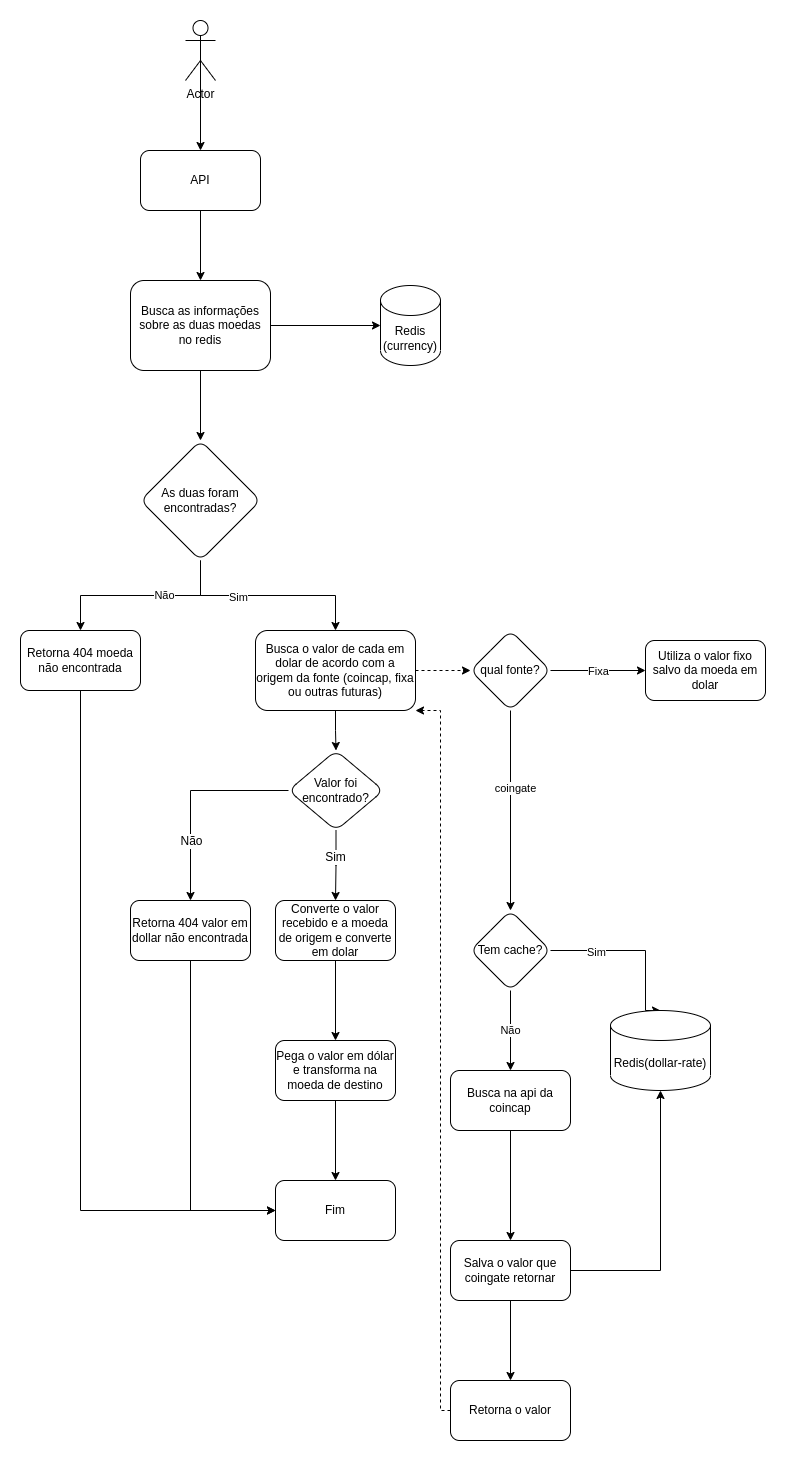
Before: Docs/Images/Conversion-flow.png, a diagram exported from draw.io (hurbcom/challenge-bravo). Source tidied: cells renumbered, new cells last; positions are measured from the earlier drawing's top-left corner, leaving out a move shared by most shapes. Source of this version:
```xml
<mxGraphModel>
  <root>
    <mxCell id="0" />
    <mxCell id="1" parent="0" />
    <mxCell id="2" style="edgeStyle=orthogonalEdgeStyle;rounded=0;jettySize=auto;html=1;exitX=0.5;exitY=0.5;exitDx=0;exitDy=0;exitPerimeter=0;" parent="1" edge="1" source="3" target="5">
      <mxGeometry relative="1" as="geometry" />
    </mxCell>
    <mxCell id="3" value="Actor" style="shape=umlActor;verticalLabelPosition=bottom;verticalAlign=top;html=1;outlineConnect=0;" parent="1" vertex="1">
      <mxGeometry x="165" width="30" height="60" as="geometry" />
    </mxCell>
    <mxCell id="4" style="edgeStyle=orthogonalEdgeStyle;rounded=0;jettySize=auto;html=1;" parent="1" edge="1" source="5" target="8">
      <mxGeometry relative="1" as="geometry" />
    </mxCell>
    <mxCell id="5" value="API" style="rounded=1;whiteSpace=wrap;html=1;" parent="1" vertex="1">
      <mxGeometry x="120" y="130" width="120" height="60" as="geometry" />
    </mxCell>
    <mxCell id="6" style="edgeStyle=orthogonalEdgeStyle;rounded=0;jettySize=auto;html=1;" parent="1" edge="1" source="8" target="9">
      <mxGeometry relative="1" as="geometry" />
    </mxCell>
    <mxCell id="7" style="edgeStyle=orthogonalEdgeStyle;rounded=0;jettySize=auto;html=1;" parent="1" edge="1" source="8" target="14">
      <mxGeometry relative="1" as="geometry" />
    </mxCell>
    <mxCell id="8" value="Busca as informações sobre as duas moedas no redis" style="rounded=1;whiteSpace=wrap;html=1;" parent="1" vertex="1">
      <mxGeometry x="110" y="260" width="140" height="90" as="geometry" />
    </mxCell>
    <mxCell id="9" value="Redis&lt;br&gt;(currency)" style="shape=cylinder3;whiteSpace=wrap;html=1;boundedLbl=1;backgroundOutline=1;size=15;" parent="1" vertex="1">
      <mxGeometry x="360" y="265" width="60" height="80" as="geometry" />
    </mxCell>
    <mxCell id="10" style="edgeStyle=orthogonalEdgeStyle;rounded=0;jettySize=auto;html=1;" parent="1" edge="1" source="14" target="16">
      <mxGeometry relative="1" as="geometry" />
    </mxCell>
    <mxCell id="11" value="Não" style="edgeLabel;html=1;align=center;verticalAlign=middle;" parent="10" vertex="1">
      <mxGeometry x="-0.24" y="-1" relative="1" as="geometry" />
    </mxCell>
    <mxCell id="12" style="edgeStyle=orthogonalEdgeStyle;rounded=0;jettySize=auto;html=1;" parent="1" edge="1" source="14" target="19">
      <mxGeometry relative="1" as="geometry" />
    </mxCell>
    <mxCell id="13" value="Sim" style="edgeLabel;html=1;align=center;verticalAlign=middle;" parent="12" vertex="1">
      <mxGeometry x="-0.3" y="-1" relative="1" as="geometry" />
    </mxCell>
    <mxCell id="14" value="As duas foram encontradas?" style="rhombus;whiteSpace=wrap;html=1;rounded=1;" parent="1" vertex="1">
      <mxGeometry x="120" y="420" width="120" height="120" as="geometry" />
    </mxCell>
    <mxCell id="15" style="edgeStyle=orthogonalEdgeStyle;rounded=0;jettySize=auto;html=1;entryX=0;entryY=0.5;entryDx=0;entryDy=0;fontSize=7;" parent="1" edge="1" source="16" target="40">
      <mxGeometry relative="1" as="geometry">
        <Array as="points">
          <mxPoint x="60" y="1190" />
        </Array>
      </mxGeometry>
    </mxCell>
    <mxCell id="16" value="Retorna 404 moeda não encontrada" style="whiteSpace=wrap;html=1;rounded=1;" parent="1" vertex="1">
      <mxGeometry y="610" width="120" height="60" as="geometry" />
    </mxCell>
    <mxCell id="17" style="edgeStyle=orthogonalEdgeStyle;rounded=0;jettySize=auto;html=1;dashed=1;" parent="1" edge="1" source="19" target="24">
      <mxGeometry relative="1" as="geometry" />
    </mxCell>
    <mxCell id="18" style="edgeStyle=orthogonalEdgeStyle;rounded=0;jettySize=auto;html=1;fontSize=7;" parent="1" edge="1" source="19" target="47">
      <mxGeometry relative="1" as="geometry" />
    </mxCell>
    <mxCell id="19" value="Busca o valor de cada em dolar de acordo com a origem da fonte (coincap, fixa ou outras futuras)" style="whiteSpace=wrap;html=1;rounded=1;" parent="1" vertex="1">
      <mxGeometry x="235" y="610" width="160" height="80" as="geometry" />
    </mxCell>
    <mxCell id="20" style="edgeStyle=orthogonalEdgeStyle;rounded=0;jettySize=auto;html=1;" parent="1" edge="1" source="24" target="28">
      <mxGeometry relative="1" as="geometry" />
    </mxCell>
    <mxCell id="21" value="coingate" style="edgeLabel;html=1;align=center;verticalAlign=middle;" parent="20" vertex="1">
      <mxGeometry x="-0.22" y="-1" relative="1" as="geometry">
        <mxPoint x="5" y="-1" as="offset" />
      </mxGeometry>
    </mxCell>
    <mxCell id="22" style="edgeStyle=orthogonalEdgeStyle;rounded=0;jettySize=auto;html=1;entryX=0;entryY=0.5;entryDx=0;entryDy=0;" parent="1" edge="1" source="24" target="39">
      <mxGeometry relative="1" as="geometry" />
    </mxCell>
    <mxCell id="23" value="Fixa" style="edgeLabel;html=1;align=center;verticalAlign=middle;" parent="22" vertex="1">
      <mxGeometry x="-0.69" y="-3" relative="1" as="geometry">
        <mxPoint x="32" y="-3" as="offset" />
      </mxGeometry>
    </mxCell>
    <mxCell id="24" value="qual fonte?" style="rhombus;whiteSpace=wrap;html=1;rounded=1;" parent="1" vertex="1">
      <mxGeometry x="450" y="610" width="80" height="80" as="geometry" />
    </mxCell>
    <mxCell id="25" style="edgeStyle=orthogonalEdgeStyle;rounded=0;jettySize=auto;html=1;entryX=0.5;entryY=0;entryDx=0;entryDy=0;entryPerimeter=0;" parent="1" edge="1" source="28" target="29">
      <mxGeometry relative="1" as="geometry">
        <Array as="points">
          <mxPoint x="625" y="930" />
        </Array>
      </mxGeometry>
    </mxCell>
    <mxCell id="26" value="Sim" style="edgeLabel;html=1;align=center;verticalAlign=middle;" parent="25" vertex="1">
      <mxGeometry x="-0.47" y="-1" relative="1" as="geometry" />
    </mxCell>
    <mxCell id="27" value="Não" style="edgeStyle=orthogonalEdgeStyle;rounded=0;jettySize=auto;html=1;" parent="1" edge="1" source="28" target="31">
      <mxGeometry relative="1" as="geometry" />
    </mxCell>
    <mxCell id="28" value="Tem cache?" style="rhombus;whiteSpace=wrap;html=1;rounded=1;" parent="1" vertex="1">
      <mxGeometry x="450" y="890" width="80" height="80" as="geometry" />
    </mxCell>
    <mxCell id="29" value="Redis(dollar-rate)" style="shape=cylinder3;whiteSpace=wrap;html=1;boundedLbl=1;backgroundOutline=1;size=15;" parent="1" vertex="1">
      <mxGeometry x="590" y="990" width="100" height="80" as="geometry" />
    </mxCell>
    <mxCell id="30" style="edgeStyle=orthogonalEdgeStyle;rounded=0;jettySize=auto;html=1;" parent="1" edge="1" source="31" target="34">
      <mxGeometry relative="1" as="geometry" />
    </mxCell>
    <mxCell id="31" value="Busca na api da coincap" style="whiteSpace=wrap;html=1;rounded=1;" parent="1" vertex="1">
      <mxGeometry x="430" y="1050" width="120" height="60" as="geometry" />
    </mxCell>
    <mxCell id="32" style="edgeStyle=orthogonalEdgeStyle;rounded=0;jettySize=auto;html=1;entryX=0.5;entryY=1;entryDx=0;entryDy=0;entryPerimeter=0;" parent="1" edge="1" source="34" target="29">
      <mxGeometry relative="1" as="geometry" />
    </mxCell>
    <mxCell id="33" style="edgeStyle=orthogonalEdgeStyle;rounded=0;jettySize=auto;html=1;" parent="1" edge="1" source="34" target="42">
      <mxGeometry relative="1" as="geometry" />
    </mxCell>
    <mxCell id="34" value="Salva o valor que coingate retornar" style="whiteSpace=wrap;html=1;rounded=1;" parent="1" vertex="1">
      <mxGeometry x="430" y="1220" width="120" height="60" as="geometry" />
    </mxCell>
    <mxCell id="35" style="edgeStyle=orthogonalEdgeStyle;rounded=0;jettySize=auto;html=1;" parent="1" edge="1" source="36" target="38">
      <mxGeometry relative="1" as="geometry" />
    </mxCell>
    <mxCell id="36" value="Converte o valor recebido e a moeda de origem e converte em dolar" style="whiteSpace=wrap;html=1;rounded=1;" parent="1" vertex="1">
      <mxGeometry x="255" y="880" width="120" height="60" as="geometry" />
    </mxCell>
    <mxCell id="37" style="edgeStyle=orthogonalEdgeStyle;rounded=0;jettySize=auto;html=1;" parent="1" edge="1" source="38" target="40">
      <mxGeometry relative="1" as="geometry" />
    </mxCell>
    <mxCell id="38" value="Pega o valor em dólar e transforma na moeda de destino" style="whiteSpace=wrap;html=1;rounded=1;" parent="1" vertex="1">
      <mxGeometry x="255" y="1020" width="120" height="60" as="geometry" />
    </mxCell>
    <mxCell id="39" value="Utiliza o valor fixo salvo da moeda em dolar" style="whiteSpace=wrap;html=1;rounded=1;" parent="1" vertex="1">
      <mxGeometry x="625" y="620" width="120" height="60" as="geometry" />
    </mxCell>
    <mxCell id="40" value="Fim" style="whiteSpace=wrap;html=1;rounded=1;" parent="1" vertex="1">
      <mxGeometry x="255" y="1160" width="120" height="60" as="geometry" />
    </mxCell>
    <mxCell id="41" style="edgeStyle=orthogonalEdgeStyle;rounded=0;jettySize=auto;html=1;entryX=1;entryY=1;entryDx=0;entryDy=0;dashed=1;" parent="1" edge="1" source="42" target="19">
      <mxGeometry relative="1" as="geometry">
        <Array as="points">
          <mxPoint x="420" y="1390" />
          <mxPoint x="420" y="690" />
        </Array>
      </mxGeometry>
    </mxCell>
    <mxCell id="42" value="Retorna o valor" style="whiteSpace=wrap;html=1;rounded=1;" parent="1" vertex="1">
      <mxGeometry x="430" y="1360" width="120" height="60" as="geometry" />
    </mxCell>
    <mxCell id="43" style="edgeStyle=orthogonalEdgeStyle;rounded=0;jettySize=auto;html=1;fontSize=7;" parent="1" edge="1" source="47" target="36">
      <mxGeometry relative="1" as="geometry" />
    </mxCell>
    <mxCell id="44" value="Sim" style="edgeLabel;html=1;align=center;verticalAlign=middle;fontSize=12;" parent="43" vertex="1">
      <mxGeometry x="-0.27" y="-1" relative="1" as="geometry" />
    </mxCell>
    <mxCell id="45" style="edgeStyle=orthogonalEdgeStyle;rounded=0;jettySize=auto;html=1;fontSize=7;" parent="1" edge="1" source="47" target="49">
      <mxGeometry relative="1" as="geometry" />
    </mxCell>
    <mxCell id="46" value="Não" style="edgeLabel;html=1;align=center;verticalAlign=middle;fontSize=12;" parent="45" vertex="1">
      <mxGeometry x="0.25" y="1" relative="1" as="geometry">
        <mxPoint x="-1" y="18" as="offset" />
      </mxGeometry>
    </mxCell>
    <mxCell id="47" value="Valor foi encontrado?" style="rhombus;whiteSpace=wrap;html=1;rounded=1;" parent="1" vertex="1">
      <mxGeometry x="268" y="730" width="95" height="80" as="geometry" />
    </mxCell>
    <mxCell id="48" style="edgeStyle=orthogonalEdgeStyle;rounded=0;jettySize=auto;html=1;entryX=0;entryY=0.5;entryDx=0;entryDy=0;fontSize=12;" parent="1" edge="1" source="49" target="40">
      <mxGeometry relative="1" as="geometry">
        <Array as="points">
          <mxPoint x="170" y="1190" />
        </Array>
      </mxGeometry>
    </mxCell>
    <mxCell id="49" value="Retorna 404 valor em dollar não encontrada" style="whiteSpace=wrap;html=1;rounded=1;" parent="1" vertex="1">
      <mxGeometry x="110" y="880" width="120" height="60" as="geometry" />
    </mxCell>
  </root>
</mxGraphModel>
```
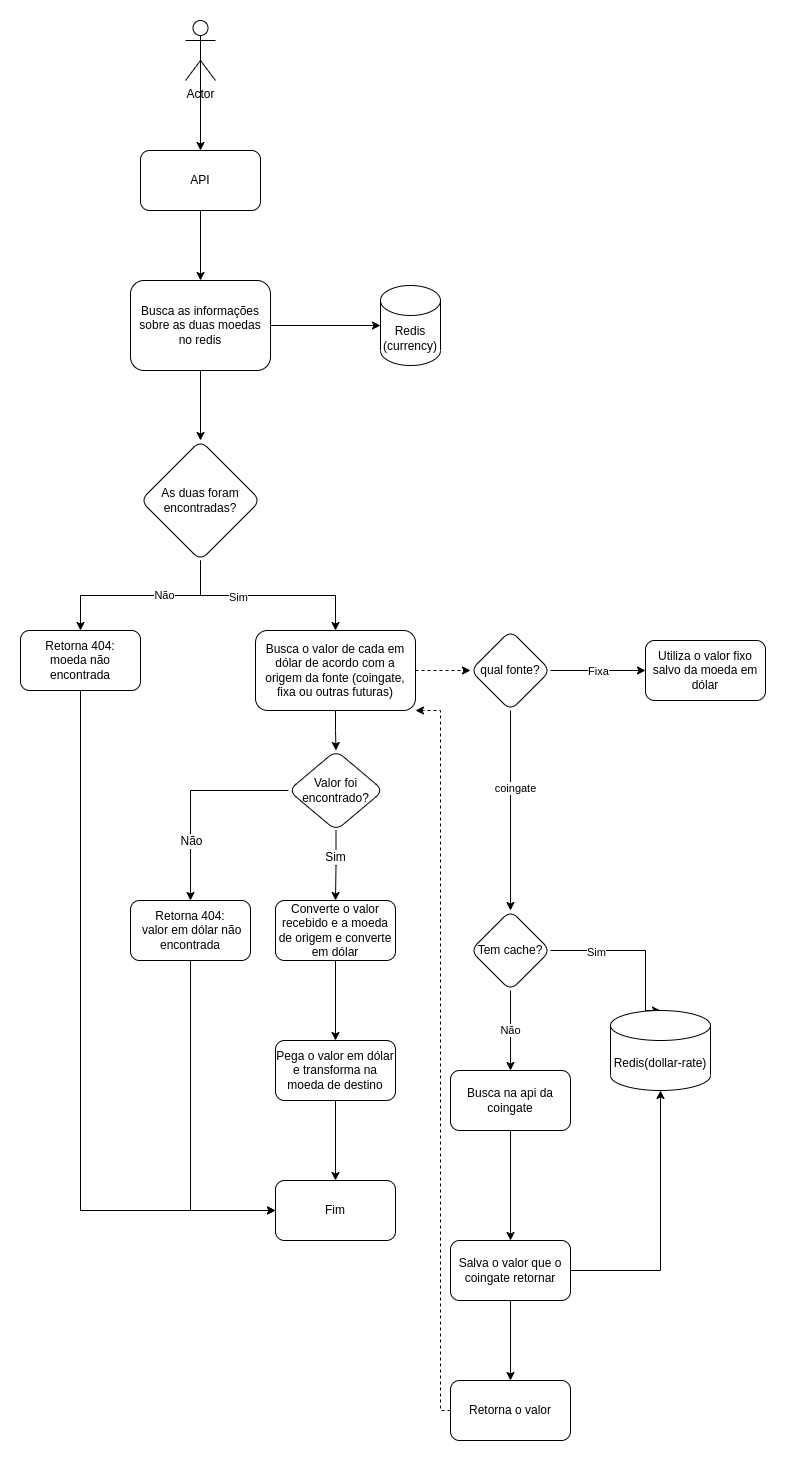
After the commit.

What changed in the source:
```diff
@@ -48,7 +48,7 @@
         </Array>
       </mxGeometry>
     </mxCell>
-    <mxCell id="16" value="Retorna 404 moeda não encontrada" style="whiteSpace=wrap;html=1;rounded=1;" parent="1" vertex="1">
+    <mxCell id="16" value="Retorna 404:&lt;br&gt;moeda não encontrada" style="whiteSpace=wrap;html=1;rounded=1;" parent="1" vertex="1">
       <mxGeometry y="610" width="120" height="60" as="geometry" />
     </mxCell>
     <mxCell id="17" style="edgeStyle=orthogonalEdgeStyle;rounded=0;jettySize=auto;html=1;dashed=1;" parent="1" edge="1" source="19" target="24">
@@ -57,7 +57,7 @@
     <mxCell id="18" style="edgeStyle=orthogonalEdgeStyle;rounded=0;jettySize=auto;html=1;fontSize=7;" parent="1" edge="1" source="19" target="47">
       <mxGeometry relative="1" as="geometry" />
     </mxCell>
-    <mxCell id="19" value="Busca o valor de cada em dolar de acordo com a origem da fonte (coincap, fixa ou outras futuras)" style="whiteSpace=wrap;html=1;rounded=1;" parent="1" vertex="1">
+    <mxCell id="19" value="Busca o valor de cada em dólar&amp;nbsp;de acordo com a origem da fonte (coingate, fixa ou outras futuras)" style="whiteSpace=wrap;html=1;rounded=1;" parent="1" vertex="1">
       <mxGeometry x="235" y="610" width="160" height="80" as="geometry" />
     </mxCell>
     <mxCell id="20" style="edgeStyle=orthogonalEdgeStyle;rounded=0;jettySize=auto;html=1;" parent="1" edge="1" source="24" target="28">
@@ -101,7 +101,7 @@
     <mxCell id="30" style="edgeStyle=orthogonalEdgeStyle;rounded=0;jettySize=auto;html=1;" parent="1" edge="1" source="31" target="34">
       <mxGeometry relative="1" as="geometry" />
     </mxCell>
-    <mxCell id="31" value="Busca na api da coincap" style="whiteSpace=wrap;html=1;rounded=1;" parent="1" vertex="1">
+    <mxCell id="31" value="Busca na api da coingate" style="whiteSpace=wrap;html=1;rounded=1;" parent="1" vertex="1">
       <mxGeometry x="430" y="1050" width="120" height="60" as="geometry" />
     </mxCell>
     <mxCell id="32" style="edgeStyle=orthogonalEdgeStyle;rounded=0;jettySize=auto;html=1;entryX=0.5;entryY=1;entryDx=0;entryDy=0;entryPerimeter=0;" parent="1" edge="1" source="34" target="29">
@@ -110,13 +110,13 @@
     <mxCell id="33" style="edgeStyle=orthogonalEdgeStyle;rounded=0;jettySize=auto;html=1;" parent="1" edge="1" source="34" target="42">
       <mxGeometry relative="1" as="geometry" />
     </mxCell>
-    <mxCell id="34" value="Salva o valor que coingate retornar" style="whiteSpace=wrap;html=1;rounded=1;" parent="1" vertex="1">
+    <mxCell id="34" value="Salva o valor que o coingate retornar" style="whiteSpace=wrap;html=1;rounded=1;" parent="1" vertex="1">
       <mxGeometry x="430" y="1220" width="120" height="60" as="geometry" />
     </mxCell>
     <mxCell id="35" style="edgeStyle=orthogonalEdgeStyle;rounded=0;jettySize=auto;html=1;" parent="1" edge="1" source="36" target="38">
       <mxGeometry relative="1" as="geometry" />
     </mxCell>
-    <mxCell id="36" value="Converte o valor recebido e a moeda de origem e converte em dolar" style="whiteSpace=wrap;html=1;rounded=1;" parent="1" vertex="1">
+    <mxCell id="36" value="Converte o valor recebido e a moeda de origem e converte em dólar" style="whiteSpace=wrap;html=1;rounded=1;" parent="1" vertex="1">
       <mxGeometry x="255" y="880" width="120" height="60" as="geometry" />
     </mxCell>
     <mxCell id="37" style="edgeStyle=orthogonalEdgeStyle;rounded=0;jettySize=auto;html=1;" parent="1" edge="1" source="38" target="40">
@@ -125,7 +125,7 @@
     <mxCell id="38" value="Pega o valor em dólar e transforma na moeda de destino" style="whiteSpace=wrap;html=1;rounded=1;" parent="1" vertex="1">
       <mxGeometry x="255" y="1020" width="120" height="60" as="geometry" />
     </mxCell>
-    <mxCell id="39" value="Utiliza o valor fixo salvo da moeda em dolar" style="whiteSpace=wrap;html=1;rounded=1;" parent="1" vertex="1">
+    <mxCell id="39" value="Utiliza o valor fixo salvo da moeda em dólar" style="whiteSpace=wrap;html=1;rounded=1;" parent="1" vertex="1">
       <mxGeometry x="625" y="620" width="120" height="60" as="geometry" />
     </mxCell>
     <mxCell id="40" value="Fim" style="whiteSpace=wrap;html=1;rounded=1;" parent="1" vertex="1">
@@ -166,7 +166,7 @@
         </Array>
       </mxGeometry>
     </mxCell>
-    <mxCell id="49" value="Retorna 404 valor em dollar não encontrada" style="whiteSpace=wrap;html=1;rounded=1;" parent="1" vertex="1">
+    <mxCell id="49" value="Retorna 404:&lt;br&gt;&amp;nbsp;valor em dólar&amp;nbsp;não encontrada" style="whiteSpace=wrap;html=1;rounded=1;" parent="1" vertex="1">
       <mxGeometry x="110" y="880" width="120" height="60" as="geometry" />
     </mxCell>
   </root>
```
